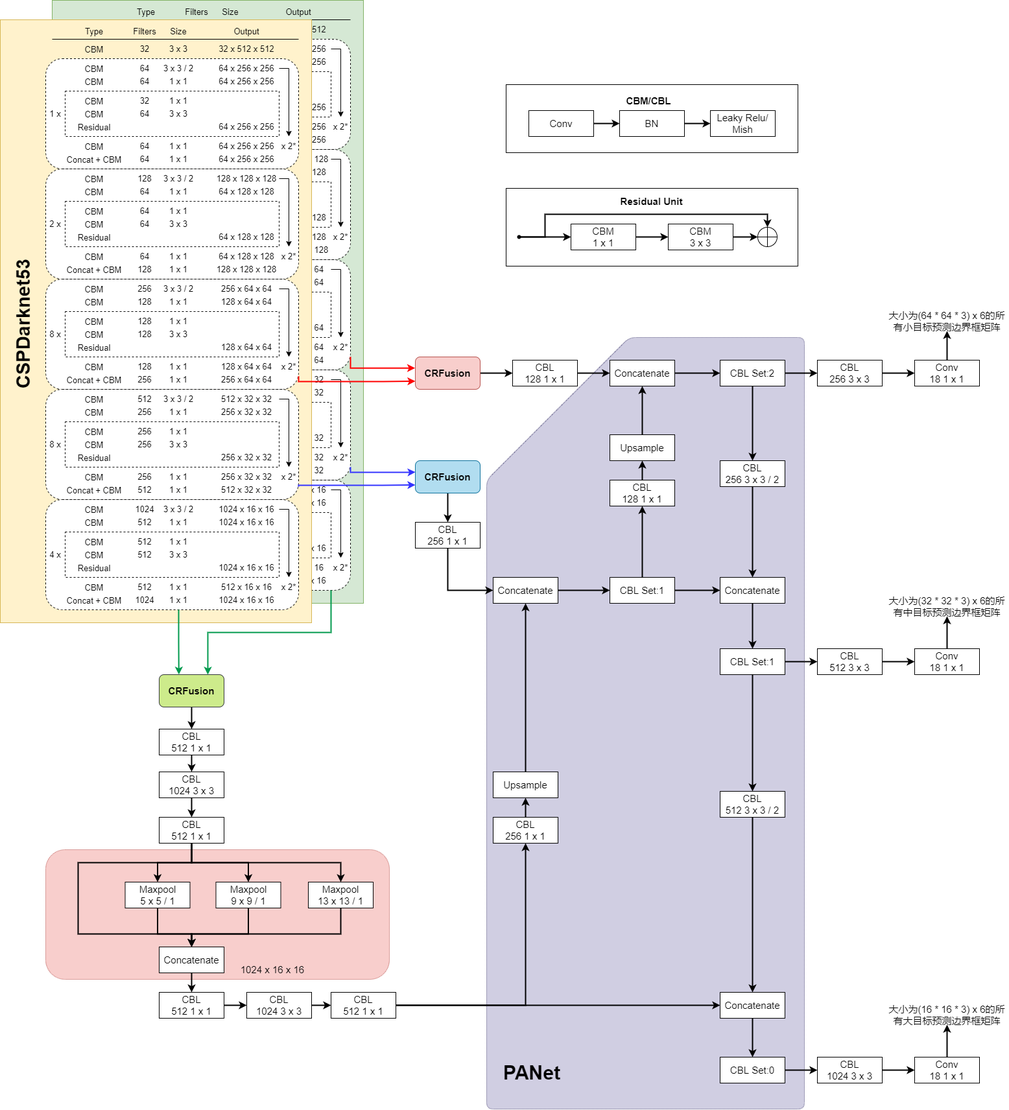
Earlier version of the draw.io export docs/kaist_dyolov4.drawio.png (Ye-zixiao/Double-YOLO-Kaist). Source tidied: cells renumbered, new cells last; positions are measured from the earlier drawing's top-left corner, leaving out a move shared by most shapes.
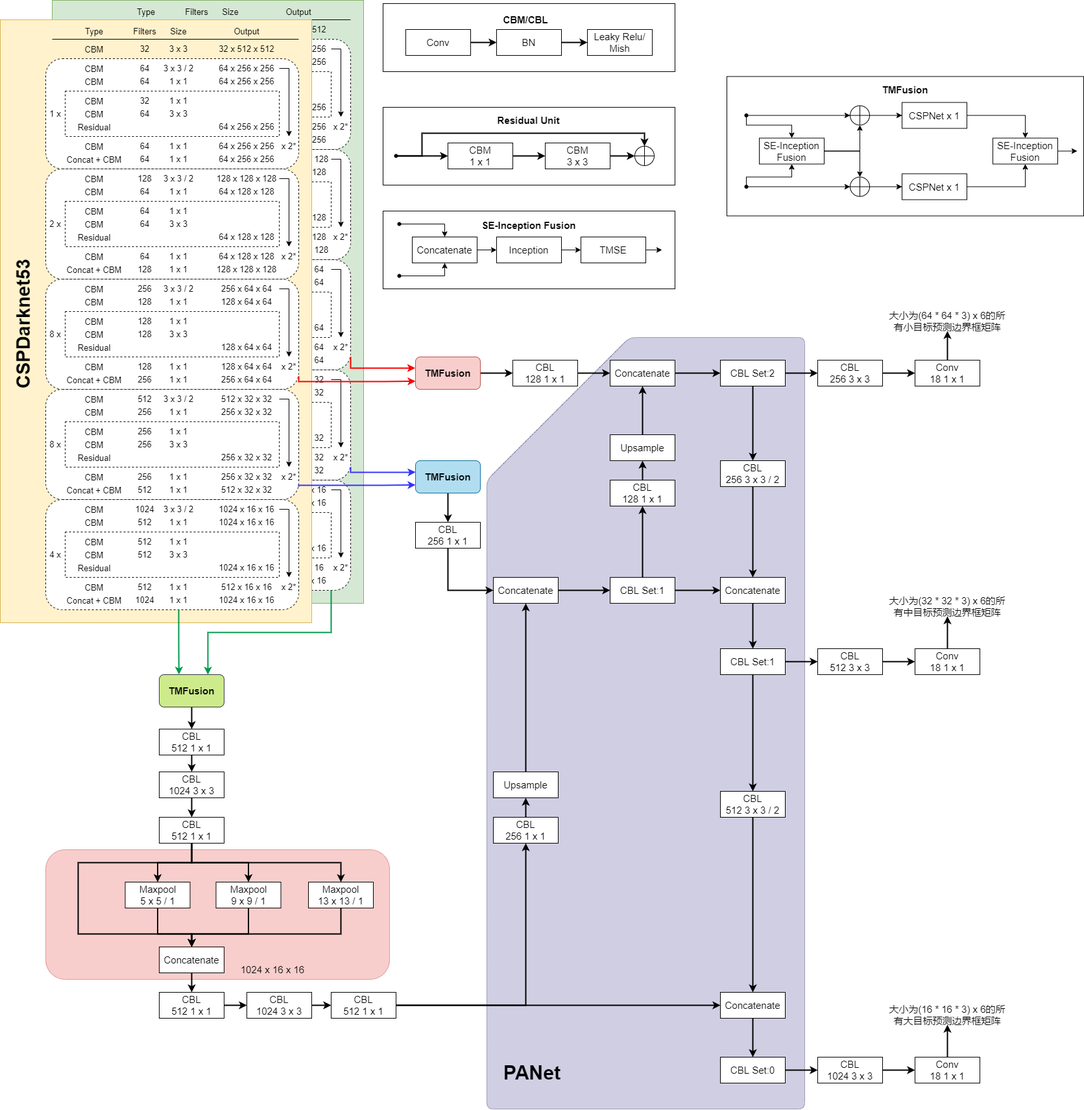
Above is the later version.

Change to the diagram source:
```diff
@@ -2,11 +2,17 @@
   <root>
     <mxCell id="0" />
     <mxCell id="1" parent="0" />
+    <mxCell id="421" style="rounded=0;whiteSpace=wrap;html=1;shadow=0;fontSize=30;strokeColor=default;strokeWidth=1;gradientColor=none;" parent="1" vertex="1">
+      <mxGeometry x="1160" y="117.5" width="550" height="215" as="geometry" />
+    </mxCell>
+    <mxCell id="422" style="rounded=0;whiteSpace=wrap;html=1;shadow=0;fontSize=30;strokeColor=default;strokeWidth=1;gradientColor=none;" parent="1" vertex="1">
+      <mxGeometry x="630" y="325" width="450" height="120" as="geometry" />
+    </mxCell>
     <mxCell id="2" style="rounded=0;whiteSpace=wrap;html=1;shadow=0;fontSize=30;strokeColor=default;strokeWidth=1;gradientColor=none;" parent="1" vertex="1">
-      <mxGeometry x="820" y="130" width="450" height="105" as="geometry" />
+      <mxGeometry x="630" y="5" width="450" height="105" as="geometry" />
     </mxCell>
     <mxCell id="3" style="rounded=0;whiteSpace=wrap;html=1;shadow=0;fontSize=30;strokeColor=default;strokeWidth=1;gradientColor=none;" parent="1" vertex="1">
-      <mxGeometry x="820" y="290" width="450" height="120" as="geometry" />
+      <mxGeometry x="630" y="165" width="450" height="120" as="geometry" />
     </mxCell>
     <mxCell id="4" style="rounded=1;whiteSpace=wrap;html=1;shadow=0;dashed=1;dashPattern=1 1;fontSize=30;strokeWidth=1;fillColor=#f8cecc;strokeColor=#b85450;" parent="1" vertex="1">
       <mxGeometry x="110" y="1310" width="530" height="200" as="geometry" />
@@ -1036,19 +1042,19 @@
     <mxCell id="324" style="edgeStyle=orthogonalEdgeStyle;rounded=0;jettySize=auto;html=1;exitX=1;exitY=0.5;exitDx=0;exitDy=0;entryX=0;entryY=0.5;entryDx=0;entryDy=0;fontSize=15;strokeColor=#000000;strokeWidth=2;" parent="1" edge="1" source="325" target="371">
       <mxGeometry relative="1" as="geometry" />
     </mxCell>
-    <mxCell id="325" value="&lt;b&gt;&lt;font style=&quot;font-size: 15px&quot;&gt;CRFusion&lt;/font&gt;&lt;/b&gt;" style="rounded=1;whiteSpace=wrap;html=1;fontSize=13;strokeColor=#b85450;strokeWidth=1;fillColor=#f8cecc;" parent="1" vertex="1">
+    <mxCell id="325" value="&lt;b&gt;&lt;font style=&quot;font-size: 15px&quot;&gt;TMFusion&lt;/font&gt;&lt;/b&gt;" style="rounded=1;whiteSpace=wrap;html=1;fontSize=13;strokeColor=#b85450;strokeWidth=1;fillColor=#f8cecc;" parent="1" vertex="1">
       <mxGeometry x="680" y="550" width="100" height="50" as="geometry" />
     </mxCell>
     <mxCell id="326" style="edgeStyle=orthogonalEdgeStyle;rounded=0;jettySize=auto;html=1;exitX=0.5;exitY=1;exitDx=0;exitDy=0;entryX=0.5;entryY=0;entryDx=0;entryDy=0;fontSize=15;strokeColor=#000000;strokeWidth=2;" parent="1" edge="1" source="327" target="360">
       <mxGeometry relative="1" as="geometry" />
     </mxCell>
-    <mxCell id="327" value="&lt;b&gt;&lt;font style=&quot;font-size: 15px&quot;&gt;CRFusion&lt;/font&gt;&lt;/b&gt;" style="rounded=1;whiteSpace=wrap;html=1;fontSize=13;strokeColor=#10739e;strokeWidth=1;fillColor=#b1ddf0;" parent="1" vertex="1">
+    <mxCell id="327" value="&lt;b&gt;&lt;font style=&quot;font-size: 15px&quot;&gt;TMFusion&lt;/font&gt;&lt;/b&gt;" style="rounded=1;whiteSpace=wrap;html=1;fontSize=13;strokeColor=#10739e;strokeWidth=1;fillColor=#b1ddf0;" parent="1" vertex="1">
       <mxGeometry x="680" y="710" width="100" height="50" as="geometry" />
     </mxCell>
     <mxCell id="328" style="edgeStyle=orthogonalEdgeStyle;rounded=0;jettySize=auto;html=1;exitX=0.5;exitY=1;exitDx=0;exitDy=0;entryX=0.5;entryY=0;entryDx=0;entryDy=0;fontSize=15;strokeColor=#000000;strokeWidth=2;" parent="1" edge="1" source="329" target="331">
       <mxGeometry relative="1" as="geometry" />
     </mxCell>
-    <mxCell id="329" value="&lt;b&gt;&lt;font style=&quot;font-size: 15px&quot;&gt;CRFusion&lt;/font&gt;&lt;/b&gt;" style="rounded=1;whiteSpace=wrap;html=1;fontSize=13;strokeColor=#36393d;strokeWidth=1;fillColor=#cdeb8b;" parent="1" vertex="1">
+    <mxCell id="329" value="&lt;b&gt;&lt;font style=&quot;font-size: 15px&quot;&gt;TMFusion&lt;/font&gt;&lt;/b&gt;" style="rounded=1;whiteSpace=wrap;html=1;fontSize=13;strokeColor=#36393d;strokeWidth=1;fillColor=#cdeb8b;" parent="1" vertex="1">
       <mxGeometry x="285" y="1040" width="100" height="50" as="geometry" />
     </mxCell>
     <mxCell id="330" style="edgeStyle=orthogonalEdgeStyle;rounded=0;jettySize=auto;html=1;exitX=0.5;exitY=1;exitDx=0;exitDy=0;entryX=0.5;entryY=0;entryDx=0;entryDy=0;fontSize=15;strokeColor=#000000;strokeWidth=2;" parent="1" edge="1" source="331" target="333">
@@ -1305,54 +1311,155 @@
       <mxGeometry relative="1" as="geometry" />
     </mxCell>
     <mxCell id="407" value="CBM&lt;br&gt;1 x 1" style="rounded=0;whiteSpace=wrap;html=1;fontSize=15;strokeColor=default;strokeWidth=1;" parent="1" vertex="1">
-      <mxGeometry x="920" y="345" width="100" height="40" as="geometry" />
+      <mxGeometry x="730" y="220" width="100" height="40" as="geometry" />
     </mxCell>
     <mxCell id="408" style="edgeStyle=orthogonalEdgeStyle;rounded=0;jettySize=auto;html=1;exitX=1;exitY=0.5;exitDx=0;exitDy=0;entryX=0;entryY=0.5;entryDx=0;entryDy=0;fontSize=30;strokeColor=#000000;strokeWidth=2;" parent="1" edge="1" source="409" target="411">
       <mxGeometry relative="1" as="geometry" />
     </mxCell>
     <mxCell id="409" value="CBM&lt;br&gt;3 x 3" style="rounded=0;whiteSpace=wrap;html=1;fontSize=15;strokeColor=default;strokeWidth=1;" parent="1" vertex="1">
-      <mxGeometry x="1070" y="345" width="100" height="40" as="geometry" />
+      <mxGeometry x="880" y="220" width="100" height="40" as="geometry" />
     </mxCell>
     <mxCell id="410" style="edgeStyle=orthogonalEdgeStyle;rounded=0;jettySize=auto;html=1;fontSize=30;strokeColor=#000000;strokeWidth=2;entryX=0.5;entryY=0;entryDx=0;entryDy=0;" parent="1" edge="1" source="413" target="411">
       <mxGeometry relative="1" as="geometry">
         <Array as="points">
-          <mxPoint x="880" y="365" />
-          <mxPoint x="880" y="330" />
-          <mxPoint x="1223" y="330" />
+          <mxPoint x="690" y="240" />
+          <mxPoint x="690" y="205" />
+          <mxPoint x="1033" y="205" />
         </Array>
       </mxGeometry>
     </mxCell>
     <mxCell id="411" style="shape=orEllipse;perimeter=ellipsePerimeter;whiteSpace=wrap;html=1;backgroundOutline=1;rounded=1;shadow=0;fontSize=30;strokeColor=default;strokeWidth=1;gradientColor=none;" parent="1" vertex="1">
-      <mxGeometry x="1208" y="350" width="30" height="30" as="geometry" />
+      <mxGeometry x="1018" y="225" width="30" height="30" as="geometry" />
     </mxCell>
     <mxCell id="412" style="endArrow=classic;html=1;rounded=0;fontSize=30;strokeColor=#000000;strokeWidth=2;entryX=0;entryY=0.5;entryDx=0;entryDy=0;" parent="1" edge="1" target="407">
       <mxGeometry relative="1" as="geometry">
-        <mxPoint x="840" y="365" as="sourcePoint" />
+        <mxPoint x="650" y="240" as="sourcePoint" />
       </mxGeometry>
     </mxCell>
     <mxCell id="413" style="shape=waypoint;sketch=0;fillStyle=solid;size=6;points=[];fillColor=none;perimeter=centerPerimeter;snapToPoint=1;rounded=1;shadow=0;fontSize=30;strokeColor=default;strokeWidth=1;" parent="1" vertex="1">
-      <mxGeometry x="820" y="345" width="40" height="40" as="geometry" />
+      <mxGeometry x="630" y="220" width="40" height="40" as="geometry" />
     </mxCell>
     <mxCell id="414" value="&lt;font style=&quot;font-size: 15px&quot;&gt;&lt;b&gt;Residual Unit&lt;/b&gt;&lt;/font&gt;" style="text;html=1;strokeColor=none;fillColor=none;align=center;verticalAlign=middle;whiteSpace=wrap;rounded=0;shadow=0;dashed=1;fontSize=30;" parent="1" vertex="1">
-      <mxGeometry x="982.5" y="290" width="125" height="30" as="geometry" />
+      <mxGeometry x="792.5" y="165" width="125" height="30" as="geometry" />
     </mxCell>
     <mxCell id="415" style="edgeStyle=orthogonalEdgeStyle;rounded=0;jettySize=auto;html=1;exitX=1;exitY=0.5;exitDx=0;exitDy=0;entryX=0;entryY=0.5;entryDx=0;entryDy=0;fontSize=15;strokeColor=#000000;strokeWidth=2;" parent="1" edge="1" source="416" target="418">
       <mxGeometry relative="1" as="geometry" />
     </mxCell>
     <mxCell id="416" value="Conv" style="rounded=0;whiteSpace=wrap;html=1;fontSize=15;strokeColor=default;strokeWidth=1;" parent="1" vertex="1">
-      <mxGeometry x="855" y="170" width="100" height="40" as="geometry" />
+      <mxGeometry x="665" y="45" width="100" height="40" as="geometry" />
     </mxCell>
     <mxCell id="417" style="edgeStyle=orthogonalEdgeStyle;rounded=0;jettySize=auto;html=1;exitX=1;exitY=0.5;exitDx=0;exitDy=0;entryX=0;entryY=0.5;entryDx=0;entryDy=0;fontSize=15;strokeColor=#000000;strokeWidth=2;" parent="1" edge="1" source="418" target="419">
       <mxGeometry relative="1" as="geometry" />
     </mxCell>
     <mxCell id="418" value="BN" style="rounded=0;whiteSpace=wrap;html=1;fontSize=15;strokeColor=default;strokeWidth=1;" parent="1" vertex="1">
-      <mxGeometry x="995" y="170" width="100" height="40" as="geometry" />
+      <mxGeometry x="805" y="45" width="100" height="40" as="geometry" />
     </mxCell>
     <mxCell id="419" value="Leaky Relu/&lt;br&gt;Mish" style="rounded=0;whiteSpace=wrap;html=1;fontSize=15;strokeColor=default;strokeWidth=1;" parent="1" vertex="1">
-      <mxGeometry x="1135" y="170" width="100" height="40" as="geometry" />
+      <mxGeometry x="945" y="45" width="100" height="40" as="geometry" />
     </mxCell>
     <mxCell id="420" value="&lt;b&gt;CBM/CBL&lt;/b&gt;" style="text;html=1;strokeColor=none;fillColor=none;align=center;verticalAlign=middle;whiteSpace=wrap;rounded=0;shadow=0;fontSize=15;" parent="1" vertex="1">
-      <mxGeometry x="1010" y="140" width="60" height="30" as="geometry" />
+      <mxGeometry x="820" y="15" width="60" height="30" as="geometry" />
     </mxCell>
+    <mxCell id="423" style="edgeStyle=orthogonalEdgeStyle;rounded=0;jettySize=auto;html=1;exitX=1;exitY=0.5;exitDx=0;exitDy=0;entryX=0;entryY=0.5;entryDx=0;entryDy=0;" parent="1" edge="1" source="426" target="428">
+      <mxGeometry relative="1" as="geometry" />
+    </mxCell>
+    <mxCell id="424" style="edgeStyle=orthogonalEdgeStyle;rounded=0;jettySize=auto;html=1;exitX=0.5;exitY=0;exitDx=0;exitDy=0;startArrow=classic;startFill=1;endArrow=none;endFill=0;" parent="1" edge="1" source="426" target="431">
+      <mxGeometry relative="1" as="geometry">
+        <Array as="points">
+          <mxPoint x="725" y="345" />
+        </Array>
+      </mxGeometry>
+    </mxCell>
+    <mxCell id="425" style="edgeStyle=orthogonalEdgeStyle;rounded=0;jettySize=auto;html=1;exitX=0.5;exitY=1;exitDx=0;exitDy=0;endArrow=none;endFill=0;startArrow=classic;startFill=1;" parent="1" edge="1" source="426" target="432">
+      <mxGeometry relative="1" as="geometry" />
+    </mxCell>
+    <mxCell id="426" value="Concatenate" style="rounded=0;whiteSpace=wrap;html=1;fontSize=15;strokeColor=default;strokeWidth=1;" parent="1" vertex="1">
+      <mxGeometry x="675" y="365" width="100" height="40" as="geometry" />
+    </mxCell>
+    <mxCell id="427" style="edgeStyle=orthogonalEdgeStyle;rounded=0;jettySize=auto;html=1;exitX=1;exitY=0.5;exitDx=0;exitDy=0;entryX=0;entryY=0.5;entryDx=0;entryDy=0;" parent="1" edge="1" source="428" target="430">
+      <mxGeometry relative="1" as="geometry" />
+    </mxCell>
+    <mxCell id="428" value="Inception" style="rounded=0;whiteSpace=wrap;html=1;fontSize=15;strokeColor=default;strokeWidth=1;" parent="1" vertex="1">
+      <mxGeometry x="805" y="365" width="100" height="40" as="geometry" />
+    </mxCell>
+    <mxCell id="429" style="edgeStyle=orthogonalEdgeStyle;rounded=0;jettySize=auto;html=1;exitX=1;exitY=0.5;exitDx=0;exitDy=0;startArrow=none;startFill=0;endArrow=classic;endFill=1;" parent="1" edge="1" source="430">
+      <mxGeometry relative="1" as="geometry">
+        <mxPoint x="1060" y="385.1" as="targetPoint" />
+      </mxGeometry>
+    </mxCell>
+    <mxCell id="430" value="TMSE" style="rounded=0;whiteSpace=wrap;html=1;fontSize=15;strokeColor=default;strokeWidth=1;" parent="1" vertex="1">
+      <mxGeometry x="935" y="365" width="100" height="40" as="geometry" />
+    </mxCell>
+    <mxCell id="431" style="shape=waypoint;sketch=0;fillStyle=solid;size=6;points=[];fillColor=none;perimeter=centerPerimeter;snapToPoint=1;rounded=1;shadow=0;fontSize=30;strokeColor=default;strokeWidth=1;" parent="1" vertex="1">
+      <mxGeometry x="635" y="325" width="40" height="40" as="geometry" />
+    </mxCell>
+    <mxCell id="432" style="shape=waypoint;sketch=0;fillStyle=solid;size=6;points=[];fillColor=none;perimeter=centerPerimeter;snapToPoint=1;rounded=1;shadow=0;fontSize=30;strokeColor=default;strokeWidth=1;" parent="1" vertex="1">
+      <mxGeometry x="635" y="405" width="40" height="40" as="geometry" />
+    </mxCell>
+    <mxCell id="433" value="&lt;font style=&quot;font-size: 15px&quot;&gt;&lt;b&gt;SE-Inception Fusion&lt;/b&gt;&lt;/font&gt;" style="text;html=1;strokeColor=none;fillColor=none;align=center;verticalAlign=middle;whiteSpace=wrap;rounded=0;shadow=0;dashed=1;fontSize=30;" parent="1" vertex="1">
+      <mxGeometry x="781.2" y="327" width="147.5" height="30" as="geometry" />
+    </mxCell>
+    <mxCell id="434" style="edgeStyle=orthogonalEdgeStyle;rounded=0;jettySize=auto;html=1;exitX=0.5;exitY=0;exitDx=0;exitDy=0;entryX=0.432;entryY=0.587;entryDx=0;entryDy=0;entryPerimeter=0;startArrow=classic;startFill=1;endArrow=none;endFill=0;" parent="1" edge="1" source="438" target="439">
+      <mxGeometry relative="1" as="geometry" />
+    </mxCell>
+    <mxCell id="435" style="edgeStyle=orthogonalEdgeStyle;rounded=0;jettySize=auto;html=1;exitX=0.5;exitY=1;exitDx=0;exitDy=0;startArrow=classic;startFill=1;endArrow=none;endFill=0;" parent="1" edge="1" source="438" target="440">
+      <mxGeometry relative="1" as="geometry" />
+    </mxCell>
+    <mxCell id="436" style="edgeStyle=orthogonalEdgeStyle;rounded=0;jettySize=auto;html=1;exitX=1;exitY=0.5;exitDx=0;exitDy=0;entryX=0.5;entryY=1;entryDx=0;entryDy=0;startArrow=none;startFill=0;endArrow=classic;endFill=1;" parent="1" edge="1" source="438" target="450">
+      <mxGeometry relative="1" as="geometry" />
+    </mxCell>
+    <mxCell id="437" style="edgeStyle=orthogonalEdgeStyle;rounded=0;jettySize=auto;html=1;exitX=1;exitY=0.5;exitDx=0;exitDy=0;entryX=0.5;entryY=0;entryDx=0;entryDy=0;startArrow=none;startFill=0;endArrow=classic;endFill=1;" parent="1" edge="1" source="438" target="447">
+      <mxGeometry relative="1" as="geometry" />
+    </mxCell>
+    <mxCell id="438" value="SE-Inception Fusion" style="rounded=0;whiteSpace=wrap;html=1;fontSize=15;strokeColor=default;strokeWidth=1;" parent="1" vertex="1">
+      <mxGeometry x="1210" y="212.5" width="100" height="40" as="geometry" />
+    </mxCell>
+    <mxCell id="439" style="shape=waypoint;sketch=0;fillStyle=solid;size=6;points=[];fillColor=none;perimeter=centerPerimeter;snapToPoint=1;rounded=1;shadow=0;fontSize=30;strokeColor=default;strokeWidth=1;" parent="1" vertex="1">
+      <mxGeometry x="1170" y="157.5" width="40" height="40" as="geometry" />
+    </mxCell>
+    <mxCell id="440" style="shape=waypoint;sketch=0;fillStyle=solid;size=6;points=[];fillColor=none;perimeter=centerPerimeter;snapToPoint=1;rounded=1;shadow=0;fontSize=30;strokeColor=default;strokeWidth=1;" parent="1" vertex="1">
+      <mxGeometry x="1170" y="267.5" width="40" height="40" as="geometry" />
+    </mxCell>
+    <mxCell id="441" style="edgeStyle=orthogonalEdgeStyle;rounded=0;jettySize=auto;html=1;exitX=1;exitY=0.5;exitDx=0;exitDy=0;entryX=0.5;entryY=0;entryDx=0;entryDy=0;startArrow=none;startFill=0;endArrow=classic;endFill=1;" parent="1" edge="1" source="442" target="452">
+      <mxGeometry relative="1" as="geometry" />
+    </mxCell>
+    <mxCell id="442" value="CSPNet x 1" style="rounded=0;whiteSpace=wrap;html=1;fontSize=15;strokeColor=default;strokeWidth=1;" parent="1" vertex="1">
+      <mxGeometry x="1430" y="157.5" width="100" height="40" as="geometry" />
+    </mxCell>
+    <mxCell id="443" style="edgeStyle=orthogonalEdgeStyle;rounded=0;jettySize=auto;html=1;exitX=1;exitY=0.5;exitDx=0;exitDy=0;entryX=0.5;entryY=1;entryDx=0;entryDy=0;startArrow=none;startFill=0;endArrow=classic;endFill=1;" parent="1" edge="1" source="444" target="452">
+      <mxGeometry relative="1" as="geometry" />
+    </mxCell>
+    <mxCell id="444" value="CSPNet x 1" style="rounded=0;whiteSpace=wrap;html=1;fontSize=15;strokeColor=default;strokeWidth=1;" parent="1" vertex="1">
+      <mxGeometry x="1430" y="267.5" width="100" height="40" as="geometry" />
+    </mxCell>
+    <mxCell id="445" style="edgeStyle=orthogonalEdgeStyle;rounded=0;jettySize=auto;html=1;exitX=0;exitY=0.5;exitDx=0;exitDy=0;entryX=0.668;entryY=0.472;entryDx=0;entryDy=0;entryPerimeter=0;startArrow=classic;startFill=1;endArrow=none;endFill=0;" parent="1" edge="1" source="447" target="440">
+      <mxGeometry relative="1" as="geometry" />
+    </mxCell>
+    <mxCell id="446" style="edgeStyle=orthogonalEdgeStyle;rounded=0;jettySize=auto;html=1;exitX=1;exitY=0.5;exitDx=0;exitDy=0;entryX=0;entryY=0.5;entryDx=0;entryDy=0;startArrow=none;startFill=0;endArrow=classic;endFill=1;" parent="1" edge="1" source="447" target="444">
+      <mxGeometry relative="1" as="geometry" />
+    </mxCell>
+    <mxCell id="447" style="shape=orEllipse;perimeter=ellipsePerimeter;whiteSpace=wrap;html=1;backgroundOutline=1;rounded=1;shadow=0;fontSize=30;strokeColor=default;strokeWidth=1;gradientColor=none;" parent="1" vertex="1">
+      <mxGeometry x="1350" y="272.5" width="30" height="30" as="geometry" />
+    </mxCell>
+    <mxCell id="448" style="edgeStyle=orthogonalEdgeStyle;rounded=0;jettySize=auto;html=1;exitX=0;exitY=0.5;exitDx=0;exitDy=0;startArrow=classic;startFill=1;endArrow=none;endFill=0;" parent="1" edge="1" source="450" target="439">
+      <mxGeometry relative="1" as="geometry" />
+    </mxCell>
+    <mxCell id="449" style="edgeStyle=orthogonalEdgeStyle;rounded=0;jettySize=auto;html=1;exitX=1;exitY=0.5;exitDx=0;exitDy=0;entryX=0;entryY=0.5;entryDx=0;entryDy=0;startArrow=none;startFill=0;endArrow=classic;endFill=1;" parent="1" edge="1" source="450" target="442">
+      <mxGeometry relative="1" as="geometry" />
+    </mxCell>
+    <mxCell id="450" style="shape=orEllipse;perimeter=ellipsePerimeter;whiteSpace=wrap;html=1;backgroundOutline=1;rounded=1;shadow=0;fontSize=30;strokeColor=default;strokeWidth=1;gradientColor=none;" parent="1" vertex="1">
+      <mxGeometry x="1350" y="162.5" width="30" height="30" as="geometry" />
+    </mxCell>
+    <mxCell id="451" style="edgeStyle=orthogonalEdgeStyle;rounded=0;jettySize=auto;html=1;exitX=1;exitY=0.5;exitDx=0;exitDy=0;startArrow=none;startFill=0;endArrow=classic;endFill=1;" parent="1" edge="1" source="452">
+      <mxGeometry relative="1" as="geometry">
+        <mxPoint x="1700" y="232.5" as="targetPoint" />
+      </mxGeometry>
+    </mxCell>
+    <mxCell id="452" value="SE-Inception Fusion" style="rounded=0;whiteSpace=wrap;html=1;fontSize=15;strokeColor=default;strokeWidth=1;" parent="1" vertex="1">
+      <mxGeometry x="1570" y="212.5" width="100" height="40" as="geometry" />
+    </mxCell>
+    <mxCell id="453" value="&lt;font style=&quot;font-size: 15px&quot;&gt;&lt;b&gt;TMFusion&lt;/b&gt;&lt;/font&gt;" style="text;html=1;strokeColor=none;fillColor=none;align=center;verticalAlign=middle;whiteSpace=wrap;rounded=0;shadow=0;dashed=1;fontSize=30;" parent="1" vertex="1">
+      <mxGeometry x="1361.2" y="117.5" width="147.5" height="30" as="geometry" />
+    </mxCell>
   </root>
 </mxGraphModel>
```
